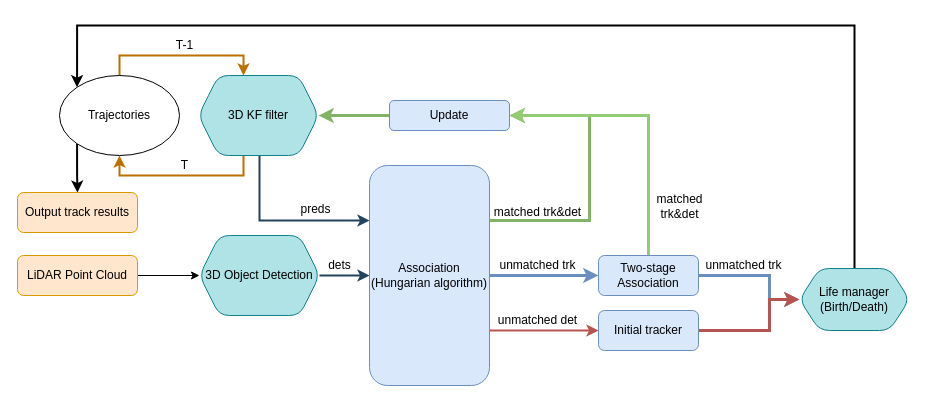
a954217436/tracking_with_velo keeps this draw.io diagram as Untitled Diagram.drawio. Above is the earlier version. Source tidied: cells renumbered, new cells numbered last; positions are measured from the earlier drawing's top-left corner, leaving out a move shared by most shapes. Both pictures are drawn from the tidied source at 100%, with x=0, y=0 at pixel (17, 25).
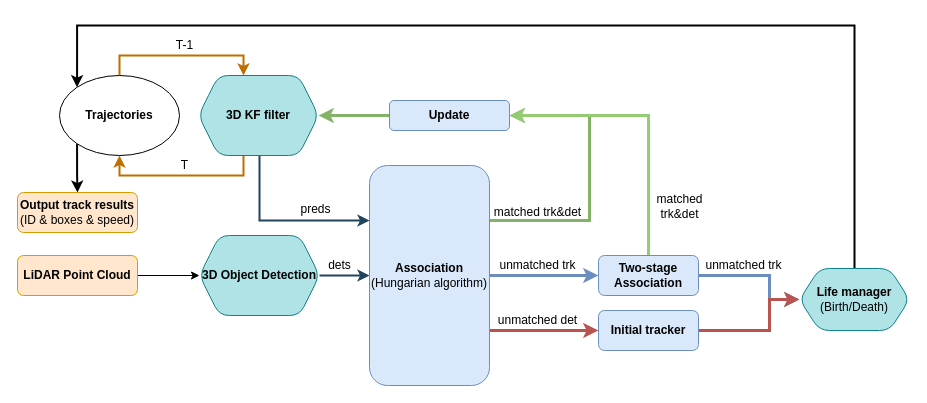
The same diagram, later.

Diff of the diagram source:
```diff
@@
-    <mxCell id="3" value="LiDAR Point Cloud" style="rounded=1;whiteSpace=wrap;html=1;fontSize=12;glass=0;strokeWidth=1;shadow=0;fillColor=#ffe6cc;strokeColor=#d79b00;" parent="1" vertex="1">
+    <mxCell id="3" value="&lt;b&gt;LiDAR Point Cloud&lt;/b&gt;" style="rounded=1;whiteSpace=wrap;html=1;fontSize=12;glass=0;strokeWidth=1;shadow=0;fillColor=#ffe6cc;strokeColor=#d79b00;" parent="1" vertex="1">
       <mxGeometry y="230" width="120" height="40" as="geometry" />
     </mxCell>
@@
-    <mxCell id="5" value="3D Object Detection" style="shape=hexagon;perimeter=hexagonPerimeter2;whiteSpace=wrap;html=1;fixedSize=1;rounded=1;glass=0;strokeWidth=1;shadow=0;fillColor=#b0e3e6;strokeColor=#0e8088;" parent="1" vertex="1">
+    <mxCell id="5" value="3D Object Detection" style="shape=hexagon;perimeter=hexagonPerimeter2;whiteSpace=wrap;html=1;fixedSize=1;rounded=1;glass=0;strokeWidth=1;shadow=0;fillColor=#b0e3e6;strokeColor=#0e8088;fontStyle=1;" parent="1" vertex="1">
       <mxGeometry x="182" y="210" width="120" height="80" as="geometry" />
     </mxCell>
@@
-    <mxCell id="8" style="edgeStyle=orthogonalEdgeStyle;rounded=0;sketch=0;jettySize=auto;html=1;exitX=1;exitY=0.75;exitDx=0;exitDy=0;entryX=0;entryY=0.5;entryDx=0;entryDy=0;shadow=0;strokeColor=#b85450;strokeWidth=2;fillColor=#f8cecc;" parent="1" edge="1" source="9" target="24">
+    <mxCell id="8" style="edgeStyle=orthogonalEdgeStyle;rounded=0;sketch=0;jettySize=auto;html=1;exitX=1;exitY=0.75;exitDx=0;exitDy=0;entryX=0;entryY=0.5;entryDx=0;entryDy=0;shadow=0;strokeColor=#b85450;strokeWidth=3;fillColor=#f8cecc;" parent="1" edge="1" source="9" target="24">
       <mxGeometry relative="1" as="geometry" />
     </mxCell>
-    <mxCell id="9" value="Association&lt;br&gt;(Hungarian algorithm)" style="whiteSpace=wrap;html=1;fillColor=#dae8fc;strokeColor=#6c8ebf;rounded=1;glass=0;strokeWidth=1;shadow=0;" parent="1" vertex="1">
+    <mxCell id="9" value="Association&lt;br&gt;&lt;span style=&quot;font-weight: normal&quot;&gt;(Hungarian algorithm)&lt;/span&gt;" style="whiteSpace=wrap;html=1;fillColor=#dae8fc;strokeColor=#6c8ebf;rounded=1;glass=0;strokeWidth=1;shadow=0;fontStyle=1;" parent="1" vertex="1">
       <mxGeometry x="352" y="140" width="120" height="220" as="geometry" />
     </mxCell>
@@
-    <mxCell id="16" value="3D KF filter" style="shape=hexagon;perimeter=hexagonPerimeter2;whiteSpace=wrap;html=1;fixedSize=1;rounded=1;glass=0;strokeWidth=1;shadow=0;fillColor=#b0e3e6;strokeColor=#0e8088;" parent="1" vertex="1">
+    <mxCell id="16" value="3D KF filter" style="shape=hexagon;perimeter=hexagonPerimeter2;whiteSpace=wrap;html=1;fixedSize=1;rounded=1;glass=0;strokeWidth=1;shadow=0;fillColor=#b0e3e6;strokeColor=#0e8088;fontStyle=1;" parent="1" vertex="1">
       <mxGeometry x="181" y="50" width="120" height="80" as="geometry" />
     </mxCell>
@@
-    <mxCell id="19" value="Update" style="rounded=1;whiteSpace=wrap;html=1;fillColor=#dae8fc;strokeColor=#6c8ebf;" parent="1" vertex="1">
+    <mxCell id="19" value="Update" style="rounded=1;whiteSpace=wrap;html=1;fillColor=#dae8fc;strokeColor=#6c8ebf;fontStyle=1;" parent="1" vertex="1">
       <mxGeometry x="372" y="75" width="120" height="30" as="geometry" />
     </mxCell>
@@
-    <mxCell id="22" value="Two-stage Association" style="rounded=1;whiteSpace=wrap;html=1;fillColor=#dae8fc;strokeColor=#6c8ebf;" parent="1" vertex="1">
+    <mxCell id="22" value="Two-stage Association" style="rounded=1;whiteSpace=wrap;html=1;fillColor=#dae8fc;strokeColor=#6c8ebf;fontStyle=1;" parent="1" vertex="1">
       <mxGeometry x="581" y="230" width="100" height="40" as="geometry" />
     </mxCell>
@@
-    <mxCell id="24" value="Initial tracker" style="rounded=1;whiteSpace=wrap;html=1;fillColor=#dae8fc;strokeColor=#6c8ebf;" parent="1" vertex="1">
+    <mxCell id="24" value="Initial tracker" style="rounded=1;whiteSpace=wrap;html=1;fillColor=#dae8fc;strokeColor=#6c8ebf;fontStyle=1;" parent="1" vertex="1">
       <mxGeometry x="581" y="285" width="100" height="40" as="geometry" />
     </mxCell>
@@
-    <mxCell id="28" value="Trajectories" style="ellipse;whiteSpace=wrap;html=1;" parent="1" vertex="1">
+    <mxCell id="28" value="Trajectories" style="ellipse;whiteSpace=wrap;html=1;fontStyle=1;" parent="1" vertex="1">
       <mxGeometry x="42" y="50" width="120" height="80" as="geometry" />
     </mxCell>
@@
-    <mxCell id="33" value="Life manager&lt;br&gt;(Birth/Death)" style="shape=hexagon;perimeter=hexagonPerimeter2;whiteSpace=wrap;html=1;fixedSize=1;rounded=1;glass=0;strokeWidth=1;shadow=0;fillColor=#b0e3e6;strokeColor=#0e8088;" parent="1" vertex="1">
+    <mxCell id="33" value="Life manager&lt;br&gt;&lt;span style=&quot;font-weight: normal&quot;&gt;(Birth/Death)&lt;/span&gt;" style="shape=hexagon;perimeter=hexagonPerimeter2;whiteSpace=wrap;html=1;fixedSize=1;rounded=1;glass=0;strokeWidth=1;shadow=0;fillColor=#b0e3e6;strokeColor=#0e8088;fontStyle=1;" parent="1" vertex="1">
       <mxGeometry x="782" y="243" width="110" height="62" as="geometry" />
     </mxCell>
-    <mxCell id="34" value="Output track results" style="rounded=1;whiteSpace=wrap;html=1;fontSize=12;glass=0;strokeWidth=1;shadow=0;fillColor=#ffe6cc;strokeColor=#d79b00;" parent="1" vertex="1">
+    <mxCell id="34" value="&lt;b&gt;Output track results&lt;br&gt;&lt;/b&gt;(ID &amp;amp; boxes &amp;amp; speed)" style="rounded=1;whiteSpace=wrap;html=1;fontSize=12;glass=0;strokeWidth=1;shadow=0;fillColor=#ffe6cc;strokeColor=#d79b00;" parent="1" vertex="1">
       <mxGeometry y="167" width="120" height="40" as="geometry" />
     </mxCell>
```
